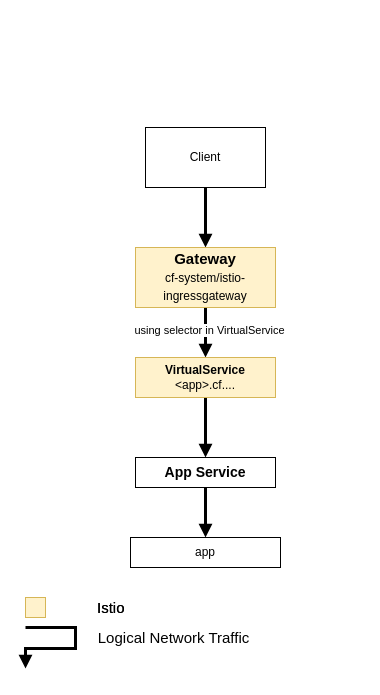
Before: doc/LogicalNetwork.drawio in domdom82/cf4k8s-networking, a draw.io diagram. Source tidied: cells renumbered, new cells numbered last; positions are measured from the earlier drawing's top-left corner, leaving out a move shared by most shapes. Both pictures are drawn from the tidied source at 100%, with x=0, y=0 at pixel (25, 127).
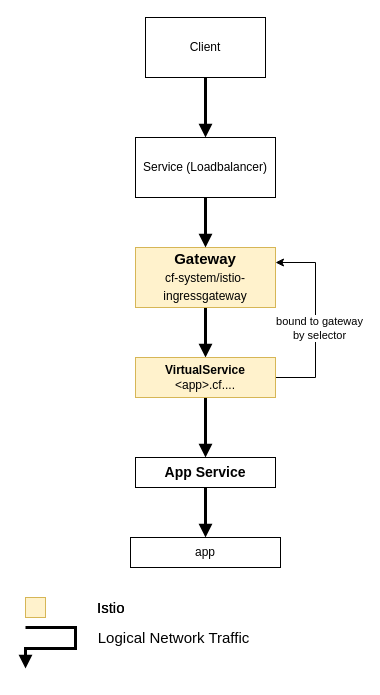
Above is the later version.

The change refers to these unchanged cells:
```xml
<mxCell id="4" style="edgeStyle=orthogonalEdgeStyle;rounded=0;jettySize=auto;html=1;exitX=0.5;exitY=1;exitDx=0;exitDy=0;strokeWidth=3;endFill=1;endArrow=block;" parent="1" edge="1" source="6" target="8">
  <mxGeometry relative="1" as="geometry" />
</mxCell>
<mxCell id="6" value="&lt;div style=&quot;line-height: 18px;&quot;&gt;&lt;font&gt;&lt;span style=&quot;font-size: 15px&quot;&gt;&lt;b&gt;Gateway&lt;br&gt;&lt;/b&gt;&lt;/span&gt;&lt;/font&gt;cf-system/istio-ingressgateway&lt;/div&gt;" style="rounded=0;whiteSpace=wrap;html=1;fillColor=#fff2cc;strokeColor=#d6b656;labelBackgroundColor=none;" parent="1" vertex="1">
  <mxGeometry x="110" y="120" width="140" height="60" as="geometry" />
</mxCell>
<mxCell id="8" value="&lt;b&gt;VirtualService&lt;/b&gt;&lt;br&gt;&amp;lt;app&amp;gt;.cf...." style="rounded=0;whiteSpace=wrap;html=1;fillColor=#fff2cc;strokeColor=#d6b656;" parent="1" vertex="1">
  <mxGeometry x="110" y="230" width="140" height="40" as="geometry" />
</mxCell>
```

What changed in the source:
```diff
@@
-    <mxCell id="2" style="edgeStyle=orthogonalEdgeStyle;rounded=0;jettySize=auto;html=1;exitX=0.5;exitY=1;exitDx=0;exitDy=0;entryX=0.5;entryY=0;entryDx=0;entryDy=0;endArrow=block;endFill=1;strokeWidth=3;" parent="1" edge="1" source="3" target="6">
+    <mxCell id="2" style="edgeStyle=orthogonalEdgeStyle;rounded=0;jettySize=auto;html=1;exitX=0.5;exitY=1;exitDx=0;exitDy=0;endArrow=block;endFill=1;strokeWidth=3;" parent="1" edge="1" source="3" target="24">
       <mxGeometry relative="1" as="geometry" />
     </mxCell>
     <mxCell id="3" value="Client" style="rounded=0;whiteSpace=wrap;html=1;" parent="1" vertex="1">
-      <mxGeometry x="120" width="120" height="60" as="geometry" />
+      <mxGeometry x="120" y="-110" width="120" height="60" as="geometry" />
     </mxCell>
@@
-    <mxCell id="5" value="using selector in VirtualService" style="edgeLabel;html=1;align=center;verticalAlign=middle;" parent="4" vertex="1">
-      <mxGeometry x="-0.12" y="3" relative="1" as="geometry" />
-    </mxCell>
@@
+    <mxCell id="21" style="edgeStyle=orthogonalEdgeStyle;rounded=0;jettySize=auto;html=1;exitX=1;exitY=0.5;exitDx=0;exitDy=0;entryX=1;entryY=0.25;entryDx=0;entryDy=0;" parent="1" edge="1" source="8" target="6">
+      <mxGeometry relative="1" as="geometry">
+        <Array as="points">
+          <mxPoint x="290" y="250" />
+          <mxPoint x="290" y="135" />
+        </Array>
+      </mxGeometry>
+    </mxCell>
+    <mxCell id="22" value="bound to gateway&lt;br&gt;by selector" style="edgeLabel;html=1;align=center;verticalAlign=middle;" parent="21" vertex="1">
+      <mxGeometry x="0.12" y="-3" relative="1" as="geometry">
+        <mxPoint y="19" as="offset" />
+      </mxGeometry>
+    </mxCell>
@@
+    <mxCell id="23" style="edgeStyle=orthogonalEdgeStyle;rounded=0;jettySize=auto;html=1;exitX=0.5;exitY=1;exitDx=0;exitDy=0;entryX=0.5;entryY=0;entryDx=0;entryDy=0;strokeWidth=3;endFill=1;endArrow=block;" parent="1" edge="1" source="24" target="6">
+      <mxGeometry relative="1" as="geometry" />
+    </mxCell>
+    <mxCell id="24" value="Service (Loadbalancer)" style="rounded=0;whiteSpace=wrap;html=1;" parent="1" vertex="1">
+      <mxGeometry x="110" y="10" width="140" height="60" as="geometry" />
+    </mxCell>
```
